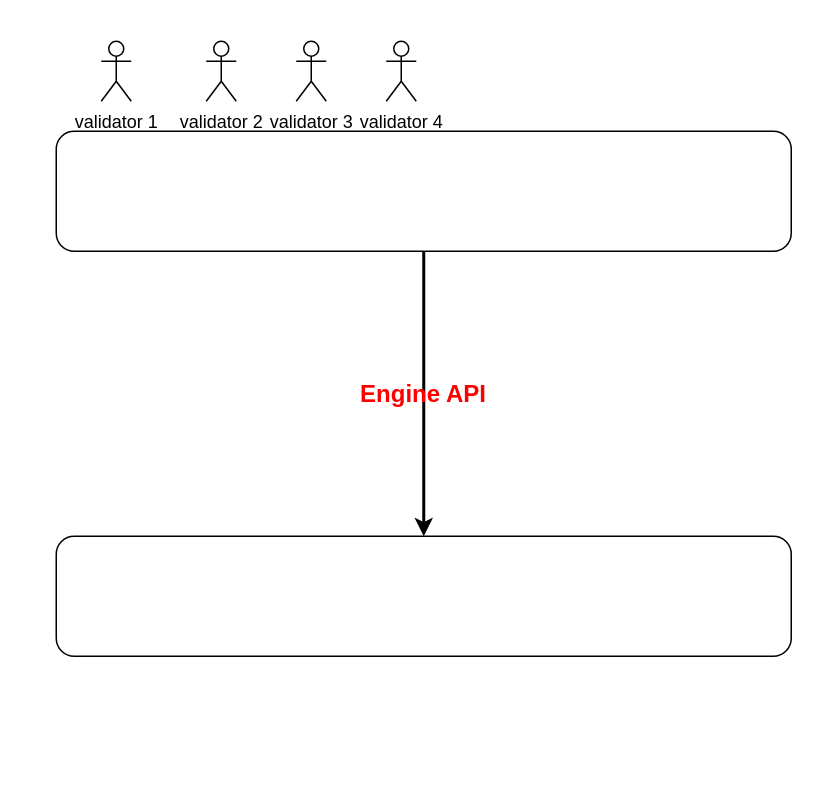
Above: beacon-chain-withdrawals/w-engine api.drawio in 0xyicheng/a-research-diagram (draw.io), before the change. Source tidied: cells renumbered, new cells numbered last; positions are measured from the earlier drawing's top-left corner, leaving out a move shared by most shapes. Both pictures are drawn from the tidied source at 150%, with x=0, y=0 at pixel (56, 40).
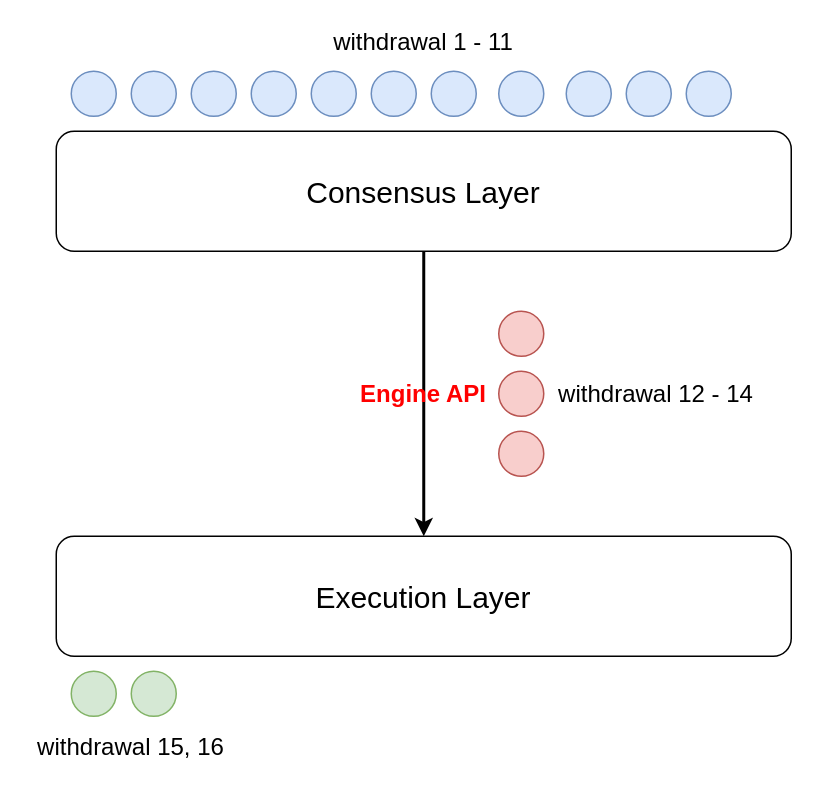
Above is the later version.

Diff of the diagram source:
```diff
@@
-    <mxCell id="2" style="rounded=1;whiteSpace=wrap;html=1;" parent="1" vertex="1">
+    <mxCell id="2" value="&lt;font style=&quot;font-size: 20px;&quot;&gt;Consensus Layer&lt;/font&gt;" style="rounded=1;whiteSpace=wrap;html=1;" parent="1" vertex="1">
       <mxGeometry y="60" width="490" height="80" as="geometry" />
     </mxCell>
-    <mxCell id="3" style="rounded=1;whiteSpace=wrap;html=1;" parent="1" vertex="1">
+    <mxCell id="3" value="&lt;font style=&quot;font-size: 20px;&quot;&gt;Execution Layer&lt;/font&gt;" style="rounded=1;whiteSpace=wrap;html=1;" parent="1" vertex="1">
       <mxGeometry y="330" width="490" height="80" as="geometry" />
     </mxCell>
-    <mxCell id="4" value="validator 1" style="shape=umlActor;verticalLabelPosition=bottom;verticalAlign=top;html=1;" parent="1" vertex="1">
-      <mxGeometry x="30" width="20" height="40" as="geometry" />
-    </mxCell>
-    <mxCell id="5" value="validator 2" style="shape=umlActor;verticalLabelPosition=bottom;verticalAlign=top;html=1;" parent="1" vertex="1">
-      <mxGeometry x="100" width="20" height="40" as="geometry" />
-    </mxCell>
-    <mxCell id="6" value="validator 3" style="shape=umlActor;verticalLabelPosition=bottom;verticalAlign=top;html=1;" parent="1" vertex="1">
-      <mxGeometry x="160" width="20" height="40" as="geometry" />
-    </mxCell>
-    <mxCell id="7" value="validator 4" style="shape=umlActor;verticalLabelPosition=bottom;verticalAlign=top;html=1;" parent="1" vertex="1">
-      <mxGeometry x="220" width="20" height="40" as="geometry" />
-    </mxCell>
@@
+    <mxCell id="10" style="ellipse;whiteSpace=wrap;html=1;fillColor=#dae8fc;strokeColor=#6c8ebf;" parent="1" vertex="1">
+      <mxGeometry x="10" y="20" width="30" height="30" as="geometry" />
+    </mxCell>
+    <mxCell id="11" style="ellipse;whiteSpace=wrap;html=1;fillColor=#dae8fc;strokeColor=#6c8ebf;" parent="1" vertex="1">
+      <mxGeometry x="50" y="20" width="30" height="30" as="geometry" />
+    </mxCell>
+    <mxCell id="12" style="ellipse;whiteSpace=wrap;html=1;fillColor=#dae8fc;strokeColor=#6c8ebf;" parent="1" vertex="1">
+      <mxGeometry x="90" y="20" width="30" height="30" as="geometry" />
+    </mxCell>
+    <mxCell id="13" style="ellipse;whiteSpace=wrap;html=1;fillColor=#dae8fc;strokeColor=#6c8ebf;" parent="1" vertex="1">
+      <mxGeometry x="130" y="20" width="30" height="30" as="geometry" />
+    </mxCell>
+    <mxCell id="14" style="ellipse;whiteSpace=wrap;html=1;fillColor=#dae8fc;strokeColor=#6c8ebf;" parent="1" vertex="1">
+      <mxGeometry x="170" y="20" width="30" height="30" as="geometry" />
+    </mxCell>
+    <mxCell id="15" style="ellipse;whiteSpace=wrap;html=1;fillColor=#dae8fc;strokeColor=#6c8ebf;" parent="1" vertex="1">
+      <mxGeometry x="210" y="20" width="30" height="30" as="geometry" />
+    </mxCell>
+    <mxCell id="16" style="ellipse;whiteSpace=wrap;html=1;fillColor=#dae8fc;strokeColor=#6c8ebf;" parent="1" vertex="1">
+      <mxGeometry x="250" y="20" width="30" height="30" as="geometry" />
+    </mxCell>
+    <mxCell id="17" style="ellipse;whiteSpace=wrap;html=1;fillColor=#dae8fc;strokeColor=#6c8ebf;" parent="1" vertex="1">
+      <mxGeometry x="295" y="20" width="30" height="30" as="geometry" />
+    </mxCell>
+    <mxCell id="18" style="ellipse;whiteSpace=wrap;html=1;fillColor=#f8cecc;strokeColor=#b85450;" parent="1" vertex="1">
+      <mxGeometry x="295" y="220" width="30" height="30" as="geometry" />
+    </mxCell>
+    <mxCell id="19" style="ellipse;whiteSpace=wrap;html=1;fillColor=#d5e8d4;strokeColor=#82b366;" parent="1" vertex="1">
+      <mxGeometry x="10" y="420" width="30" height="30" as="geometry" />
+    </mxCell>
+    <mxCell id="20" style="ellipse;whiteSpace=wrap;html=1;fillColor=#d5e8d4;strokeColor=#82b366;" parent="1" vertex="1">
+      <mxGeometry x="50" y="420" width="30" height="30" as="geometry" />
+    </mxCell>
+    <mxCell id="21" value="&lt;font style=&quot;font-size: 16px;&quot;&gt;withdrawal 1 - 11&lt;/font&gt;" style="text;html=1;strokeColor=none;fillColor=none;align=center;verticalAlign=middle;whiteSpace=wrap;rounded=0;" parent="1" vertex="1">
+      <mxGeometry x="175" y="-10" width="140" height="20" as="geometry" />
+    </mxCell>
+    <mxCell id="22" style="ellipse;whiteSpace=wrap;html=1;fillColor=#dae8fc;strokeColor=#6c8ebf;" parent="1" vertex="1">
+      <mxGeometry x="340" y="20" width="30" height="30" as="geometry" />
+    </mxCell>
+    <mxCell id="23" style="ellipse;whiteSpace=wrap;html=1;fillColor=#dae8fc;strokeColor=#6c8ebf;" parent="1" vertex="1">
+      <mxGeometry x="380" y="20" width="30" height="30" as="geometry" />
+    </mxCell>
+    <mxCell id="24" style="ellipse;whiteSpace=wrap;html=1;fillColor=#dae8fc;strokeColor=#6c8ebf;" parent="1" vertex="1">
+      <mxGeometry x="420" y="20" width="30" height="30" as="geometry" />
+    </mxCell>
+    <mxCell id="25" value="&lt;font style=&quot;font-size: 16px;&quot;&gt;withdrawal 12 - 14&lt;/font&gt;" style="text;html=1;strokeColor=none;fillColor=none;align=center;verticalAlign=middle;whiteSpace=wrap;rounded=0;" parent="1" vertex="1">
+      <mxGeometry x="330" y="225" width="140" height="20" as="geometry" />
+    </mxCell>
+    <mxCell id="26" value="&lt;font style=&quot;font-size: 16px;&quot;&gt;withdrawal 15, 16&lt;/font&gt;" style="text;html=1;strokeColor=none;fillColor=none;align=center;verticalAlign=middle;whiteSpace=wrap;rounded=0;" parent="1" vertex="1">
+      <mxGeometry x="-20" y="460" width="140" height="20" as="geometry" />
+    </mxCell>
+    <mxCell id="27" style="ellipse;whiteSpace=wrap;html=1;fillColor=#f8cecc;strokeColor=#b85450;" parent="1" vertex="1">
+      <mxGeometry x="295" y="260" width="30" height="30" as="geometry" />
+    </mxCell>
+    <mxCell id="28" style="ellipse;whiteSpace=wrap;html=1;fillColor=#f8cecc;strokeColor=#b85450;" parent="1" vertex="1">
+      <mxGeometry x="295" y="180" width="30" height="30" as="geometry" />
+    </mxCell>
```
